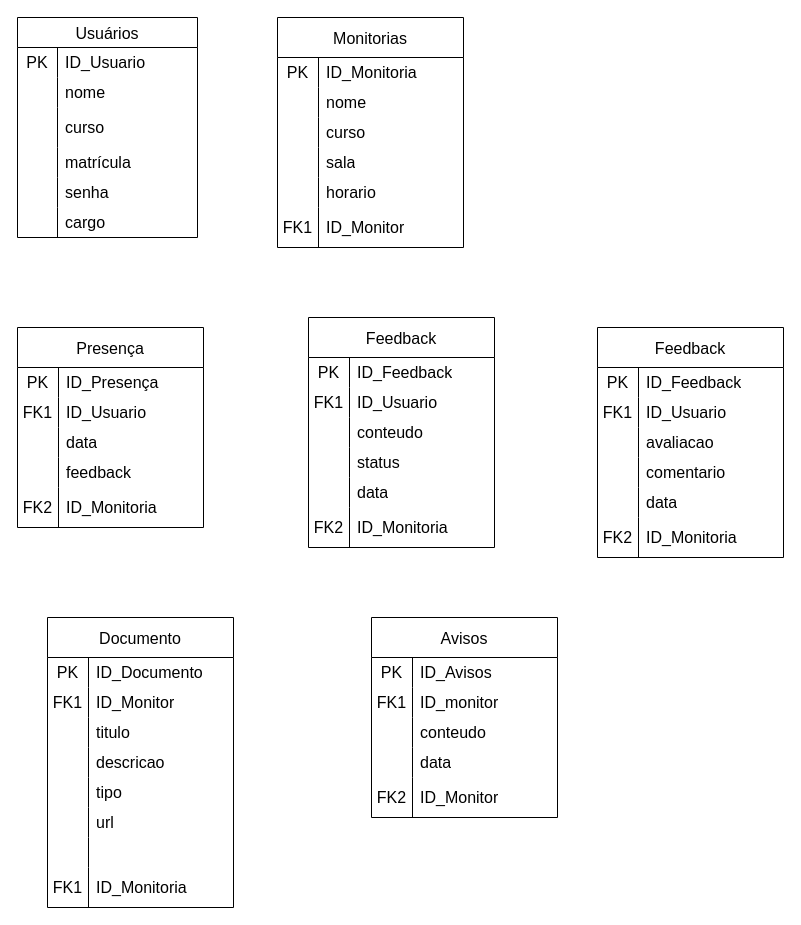
Above: Monitorrei.drawio in Arthurbart/MoniTorrei (draw.io), before the change. Source tidied: cells renumbered, new cells numbered last; positions are measured from the earlier drawing's top-left corner, leaving out a move shared by most shapes. Both pictures are drawn from the tidied source at 100%, with x=0, y=0 at pixel (17, 17).
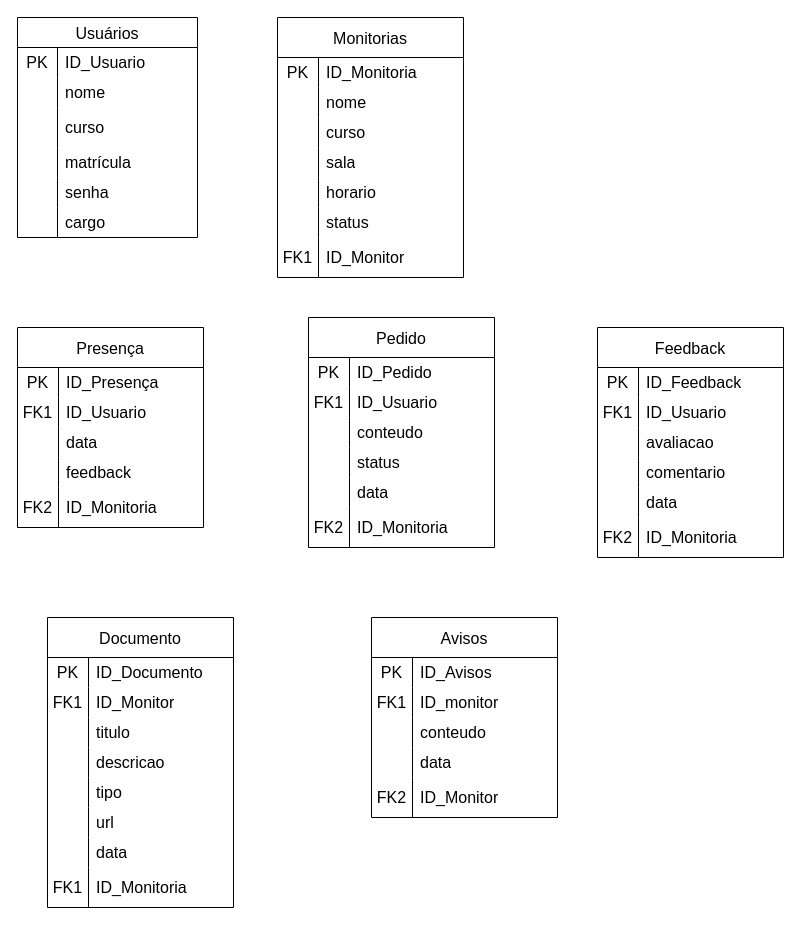
The same diagram, later.

The change refers to these unchanged cells:
```xml
<mxCell id="59" style="shape=tableRow;horizontal=0;startSize=0;swimlaneHead=0;swimlaneBody=0;top=0;left=0;bottom=0;right=0;fillColor=none;strokeColor=inherit;fontSize=16;" parent="40" vertex="1">
  <mxGeometry y="220" width="186" height="30" as="geometry" />
</mxCell>
<mxCell id="117" style="shape=tableRow;horizontal=0;startSize=0;swimlaneHead=0;swimlaneBody=0;top=0;left=0;bottom=0;right=0;fillColor=none;strokeColor=inherit;fontSize=16;" parent="116" vertex="1">
  <mxGeometry y="40" width="186" height="30" as="geometry" />
</mxCell>
```

Change to the diagram source:
```diff
@@
     <mxCell id="21" value="Monitorias" style="shape=table;startSize=40;childLayout=tableLayout;rowLines=0;fontStyle=0;strokeColor=default;fontSize=16;" parent="1" vertex="1">
-      <mxGeometry x="260" width="186" height="230" as="geometry" />
+      <mxGeometry x="260" width="186" height="260" as="geometry" />
     </mxCell>
@@
+    <mxCell id="135" style="shape=tableRow;horizontal=0;startSize=0;swimlaneHead=0;swimlaneBody=0;top=0;left=0;bottom=0;right=0;fillColor=none;strokeColor=inherit;fontSize=16;" parent="21" vertex="1">
+      <mxGeometry y="190" width="186" height="30" as="geometry" />
+    </mxCell>
+    <mxCell id="136" style="shape=partialRectangle;html=1;whiteSpace=wrap;fillColor=none;top=0;left=0;bottom=0;right=0;overflow=hidden;strokeColor=inherit;fontSize=16;" parent="135" vertex="1">
+      <mxGeometry width="41" height="30" as="geometry" />
+    </mxCell>
+    <mxCell id="137" value="status" style="shape=partialRectangle;html=1;whiteSpace=wrap;fillColor=none;top=0;left=0;bottom=0;right=0;align=left;spacingLeft=6;overflow=hidden;strokeColor=inherit;fontSize=16;" parent="135" vertex="1">
+      <mxGeometry x="41" width="145" height="30" as="geometry" />
+    </mxCell>
     <mxCell id="37" style="shape=tableRow;horizontal=0;startSize=0;swimlaneHead=0;swimlaneBody=0;top=0;left=0;bottom=0;right=0;fillColor=none;strokeColor=inherit;fontSize=16;" parent="21" vertex="1">
-      <mxGeometry y="190" width="186" height="40" as="geometry" />
+      <mxGeometry y="220" width="186" height="40" as="geometry" />
     </mxCell>
@@
-    <mxCell id="61" style="shape=partialRectangle;html=1;whiteSpace=wrap;fillColor=none;top=0;left=0;bottom=0;right=0;align=left;spacingLeft=6;overflow=hidden;strokeColor=inherit;fontSize=16;" parent="59" vertex="1">
+    <mxCell id="61" value="data" style="shape=partialRectangle;html=1;whiteSpace=wrap;fillColor=none;top=0;left=0;bottom=0;right=0;align=left;spacingLeft=6;overflow=hidden;strokeColor=inherit;fontSize=16;" parent="59" vertex="1">
       <mxGeometry x="41" width="145" height="30" as="geometry" />
     </mxCell>
@@
-    <mxCell id="116" value="Feedback" style="shape=table;startSize=40;childLayout=tableLayout;rowLines=0;fontStyle=0;strokeColor=default;fontSize=16;" parent="1" vertex="1">
+    <mxCell id="116" value="Pedido" style="shape=table;startSize=40;childLayout=tableLayout;rowLines=0;fontStyle=0;strokeColor=default;fontSize=16;" parent="1" vertex="1">
       <mxGeometry x="291" y="300" width="186" height="230" as="geometry" />
     </mxCell>
@@
-    <mxCell id="119" value="ID_Feedback" style="shape=partialRectangle;html=1;whiteSpace=wrap;fillColor=none;top=0;left=0;bottom=0;right=0;align=left;spacingLeft=6;overflow=hidden;strokeColor=inherit;fontSize=16;" parent="117" vertex="1">
+    <mxCell id="119" value="ID_Pedido" style="shape=partialRectangle;html=1;whiteSpace=wrap;fillColor=none;top=0;left=0;bottom=0;right=0;align=left;spacingLeft=6;overflow=hidden;strokeColor=inherit;fontSize=16;" parent="117" vertex="1">
       <mxGeometry x="41" width="145" height="30" as="geometry" />
     </mxCell>
```
